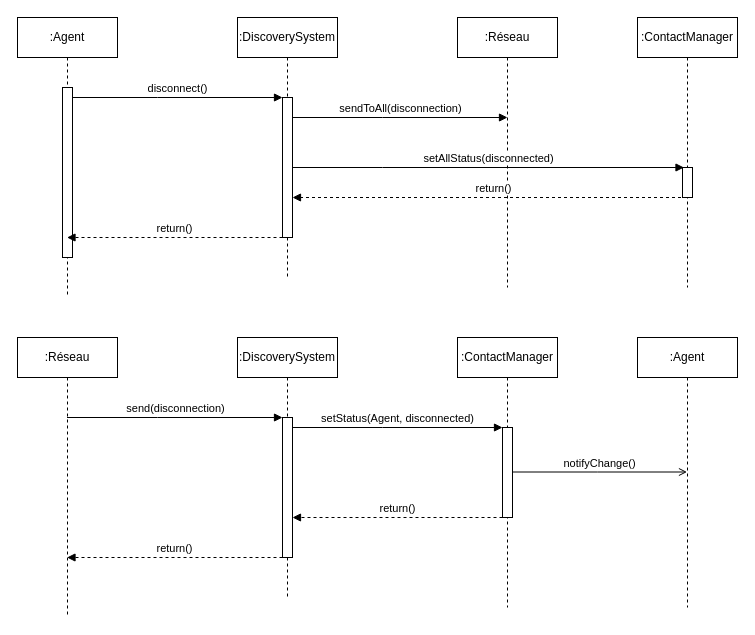
The draw.io diagram doc/uml/SequenceDiagramDiscoverySystemDisconnection.drawio in insa-4ir-chatsystem/chatsystem-billard-slamnia, before the edit. Source tidied: cells renumbered, new cells numbered last; positions are measured from the earlier drawing's top-left corner, leaving out a move shared by most shapes. Both pictures are drawn from the tidied source at 100%, with x=0, y=0 at pixel (17, 17).
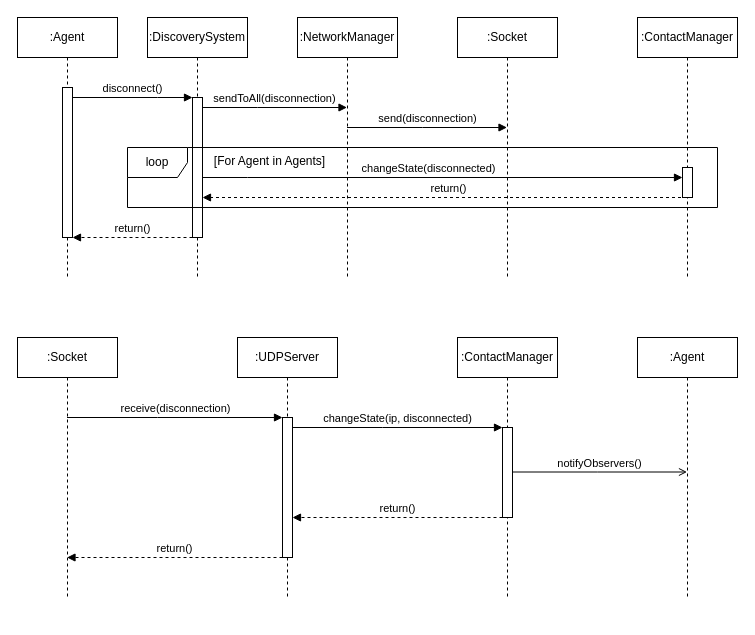
The same page after the edit.

Commit message:
Mettre à jour SequenceDiagramDiscoverySystemDisconnection.drawio

Unchanged cells that the change refers to:
```xml
<mxCell id="6" style="html=1;points=[];perimeter=orthogonalPerimeter;outlineConnect=0;targetShapes=umlLifeline;portConstraint=eastwest;newEdgeStyle={&quot;edgeStyle&quot;:&quot;elbowEdgeStyle&quot;,&quot;elbow&quot;:&quot;vertical&quot;,&quot;curved&quot;:0,&quot;rounded&quot;:0};" parent="5" vertex="1">
  <mxGeometry x="45" y="80" width="10" height="140" as="geometry" />
</mxCell>
<mxCell id="11" style="html=1;points=[];perimeter=orthogonalPerimeter;outlineConnect=0;targetShapes=umlLifeline;portConstraint=eastwest;newEdgeStyle={&quot;edgeStyle&quot;:&quot;elbowEdgeStyle&quot;,&quot;elbow&quot;:&quot;vertical&quot;,&quot;curved&quot;:0,&quot;rounded&quot;:0};" parent="10" vertex="1">
  <mxGeometry x="45" y="150" width="10" height="30" as="geometry" />
</mxCell>
<mxCell id="18" style="html=1;points=[];perimeter=orthogonalPerimeter;outlineConnect=0;targetShapes=umlLifeline;portConstraint=eastwest;newEdgeStyle={&quot;edgeStyle&quot;:&quot;elbowEdgeStyle&quot;,&quot;elbow&quot;:&quot;vertical&quot;,&quot;curved&quot;:0,&quot;rounded&quot;:0};" parent="17" vertex="1">
  <mxGeometry x="45" y="80" width="10" height="140" as="geometry" />
</mxCell>
<mxCell id="22" style="html=1;points=[];perimeter=orthogonalPerimeter;outlineConnect=0;targetShapes=umlLifeline;portConstraint=eastwest;newEdgeStyle={&quot;edgeStyle&quot;:&quot;elbowEdgeStyle&quot;,&quot;elbow&quot;:&quot;vertical&quot;,&quot;curved&quot;:0,&quot;rounded&quot;:0};" parent="21" vertex="1">
  <mxGeometry x="45" y="90" width="10" height="90" as="geometry" />
</mxCell>
```

Diff of the diagram source:
```diff
@@
-    <mxCell id="2" style="html=1;points=[];perimeter=orthogonalPerimeter;outlineConnect=0;targetShapes=umlLifeline;portConstraint=eastwest;newEdgeStyle={&quot;edgeStyle&quot;:&quot;elbowEdgeStyle&quot;,&quot;elbow&quot;:&quot;vertical&quot;,&quot;curved&quot;:0,&quot;rounded&quot;:0};" parent="1" vertex="1">
-      <mxGeometry x="265" y="140" width="10" height="60" as="geometry" />
-    </mxCell>
     <mxCell id="3" value=":Agent" style="shape=umlLifeline;perimeter=lifelinePerimeter;whiteSpace=wrap;html=1;newEdgeStyle={&quot;edgeStyle&quot;:&quot;elbowEdgeStyle&quot;,&quot;elbow&quot;:&quot;vertical&quot;,&quot;curved&quot;:0,&quot;rounded&quot;:0};" parent="1" vertex="1">
-      <mxGeometry width="100" height="280" as="geometry" />
+      <mxGeometry width="100" height="260" as="geometry" />
     </mxCell>
     <mxCell id="4" style="html=1;points=[];perimeter=orthogonalPerimeter;outlineConnect=0;targetShapes=umlLifeline;portConstraint=eastwest;newEdgeStyle={&quot;edgeStyle&quot;:&quot;elbowEdgeStyle&quot;,&quot;elbow&quot;:&quot;vertical&quot;,&quot;curved&quot;:0,&quot;rounded&quot;:0};" parent="3" vertex="1">
-      <mxGeometry x="45" y="70" width="10" height="170" as="geometry" />
+      <mxGeometry x="45" y="70" width="10" height="150" as="geometry" />
     </mxCell>
     <mxCell id="5" value=":DiscoverySystem" style="shape=umlLifeline;perimeter=lifelinePerimeter;whiteSpace=wrap;html=1;newEdgeStyle={&quot;edgeStyle&quot;:&quot;elbowEdgeStyle&quot;,&quot;elbow&quot;:&quot;vertical&quot;,&quot;curved&quot;:0,&quot;rounded&quot;:0};" parent="1" vertex="1">
-      <mxGeometry x="220" width="100" height="260" as="geometry" />
+      <mxGeometry x="130" width="100" height="260" as="geometry" />
     </mxCell>
+    <mxCell id="2" style="html=1;points=[];perimeter=orthogonalPerimeter;outlineConnect=0;targetShapes=umlLifeline;portConstraint=eastwest;newEdgeStyle={&quot;edgeStyle&quot;:&quot;elbowEdgeStyle&quot;,&quot;elbow&quot;:&quot;vertical&quot;,&quot;curved&quot;:0,&quot;rounded&quot;:0};" parent="5" vertex="1">
+      <mxGeometry x="45" y="130" width="10" height="60" as="geometry" />
+    </mxCell>
@@
-    <mxCell id="8" value=":Réseau" style="shape=umlLifeline;perimeter=lifelinePerimeter;whiteSpace=wrap;html=1;outlineConnect=0;portConstraint=eastwest;newEdgeStyle={&quot;edgeStyle&quot;:&quot;elbowEdgeStyle&quot;,&quot;elbow&quot;:&quot;vertical&quot;,&quot;curved&quot;:0,&quot;rounded&quot;:0};" parent="1" vertex="1">
-      <mxGeometry x="440" width="100" height="270" as="geometry" />
+    <mxCell id="8" value=":Socket" style="shape=umlLifeline;perimeter=lifelinePerimeter;whiteSpace=wrap;html=1;outlineConnect=0;portConstraint=eastwest;newEdgeStyle={&quot;edgeStyle&quot;:&quot;elbowEdgeStyle&quot;,&quot;elbow&quot;:&quot;vertical&quot;,&quot;curved&quot;:0,&quot;rounded&quot;:0};" parent="1" vertex="1">
+      <mxGeometry x="440" width="100" height="260" as="geometry" />
     </mxCell>
-    <mxCell id="9" value="sendToAll(disconnection)" style="html=1;verticalAlign=bottom;endArrow=block;edgeStyle=elbowEdgeStyle;elbow=vertical;curved=0;rounded=0;" parent="1" edge="1">
+    <mxCell id="9" value="sendToAll(disconnection)" style="html=1;verticalAlign=bottom;endArrow=block;edgeStyle=elbowEdgeStyle;elbow=vertical;curved=0;rounded=0;" parent="1" edge="1" source="6" target="27">
       <mxGeometry relative="1" as="geometry">
-        <mxPoint x="275" y="100" as="sourcePoint" />
-        <mxPoint x="490" y="100" as="targetPoint" />
         <Array as="points">
-          <mxPoint x="365" y="100" />
+          <mxPoint x="240" y="90" />
         </Array>
       </mxGeometry>
     </mxCell>
     <mxCell id="10" value=":ContactManager" style="shape=umlLifeline;perimeter=lifelinePerimeter;whiteSpace=wrap;html=1;newEdgeStyle={&quot;edgeStyle&quot;:&quot;elbowEdgeStyle&quot;,&quot;elbow&quot;:&quot;vertical&quot;,&quot;curved&quot;:0,&quot;rounded&quot;:0};" parent="1" vertex="1">
-      <mxGeometry x="620" width="100" height="270" as="geometry" />
+      <mxGeometry x="620" width="100" height="260" as="geometry" />
     </mxCell>
@@
-    <mxCell id="12" value="&lt;div&gt;setAllStatus(disconnected)&lt;/div&gt;" style="html=1;verticalAlign=bottom;endArrow=block;edgeStyle=elbowEdgeStyle;elbow=vertical;curved=0;rounded=0;" parent="1" edge="1">
-      <mxGeometry relative="1" as="geometry">
-        <mxPoint x="275" y="150" as="sourcePoint" />
-        <mxPoint x="666.5" y="150" as="targetPoint" />
+    <mxCell id="12" value="&lt;div&gt;changeState(disconnected)&lt;/div&gt;" style="html=1;verticalAlign=bottom;endArrow=block;edgeStyle=elbowEdgeStyle;elbow=vertical;curved=0;rounded=0;" parent="1" edge="1" source="6" target="11">
+      <mxGeometry x="-0.06" relative="1" as="geometry">
         <Array as="points">
-          <mxPoint x="365" y="150" />
+          <mxPoint x="230" y="160" />
+          <mxPoint x="365" y="200" />
         </Array>
       </mxGeometry>
     </mxCell>
-    <mxCell id="13" value="return()" style="html=1;verticalAlign=bottom;endArrow=block;edgeStyle=elbowEdgeStyle;elbow=vertical;curved=0;rounded=0;dashed=1;" parent="1" edge="1">
+    <mxCell id="13" value="return()" style="html=1;verticalAlign=bottom;endArrow=block;edgeStyle=elbowEdgeStyle;elbow=vertical;curved=0;rounded=0;dashed=1;" parent="1" edge="1" target="2">
       <mxGeometry relative="1" as="geometry">
         <mxPoint x="675.5" y="180" as="sourcePoint" />
-        <mxPoint x="275" y="180" as="targetPoint" />
         <Array as="points">
           <mxPoint x="606" y="180" />
         </Array>
       </mxGeometry>
     </mxCell>
-    <mxCell id="14" value="return()" style="html=1;verticalAlign=bottom;endArrow=block;edgeStyle=elbowEdgeStyle;elbow=vertical;curved=0;rounded=0;dashed=1;" parent="1" edge="1">
+    <mxCell id="14" value="return()" style="html=1;verticalAlign=bottom;endArrow=block;edgeStyle=elbowEdgeStyle;elbow=vertical;curved=0;rounded=0;dashed=1;" parent="1" edge="1" source="6" target="4">
       <mxGeometry relative="1" as="geometry">
-        <mxPoint x="265" y="220" as="sourcePoint" />
-        <mxPoint x="49.5" y="220" as="targetPoint" />
         <Array as="points">
           <mxPoint x="160" y="220" />
         </Array>
       </mxGeometry>
     </mxCell>
@@
-    <mxCell id="16" value=":Réseau" style="shape=umlLifeline;perimeter=lifelinePerimeter;whiteSpace=wrap;html=1;outlineConnect=0;portConstraint=eastwest;newEdgeStyle={&quot;edgeStyle&quot;:&quot;elbowEdgeStyle&quot;,&quot;elbow&quot;:&quot;vertical&quot;,&quot;curved&quot;:0,&quot;rounded&quot;:0};" parent="1" vertex="1">
-      <mxGeometry y="320" width="100" height="280" as="geometry" />
+    <mxCell id="16" value=":Socket" style="shape=umlLifeline;perimeter=lifelinePerimeter;whiteSpace=wrap;html=1;outlineConnect=0;portConstraint=eastwest;newEdgeStyle={&quot;edgeStyle&quot;:&quot;elbowEdgeStyle&quot;,&quot;elbow&quot;:&quot;vertical&quot;,&quot;curved&quot;:0,&quot;rounded&quot;:0};" parent="1" vertex="1">
+      <mxGeometry y="320" width="100" height="260" as="geometry" />
     </mxCell>
-    <mxCell id="17" value=":DiscoverySystem" style="shape=umlLifeline;perimeter=lifelinePerimeter;whiteSpace=wrap;html=1;newEdgeStyle={&quot;edgeStyle&quot;:&quot;elbowEdgeStyle&quot;,&quot;elbow&quot;:&quot;vertical&quot;,&quot;curved&quot;:0,&quot;rounded&quot;:0};" parent="1" vertex="1">
+    <mxCell id="17" value=":UDPServer" style="shape=umlLifeline;perimeter=lifelinePerimeter;whiteSpace=wrap;html=1;newEdgeStyle={&quot;edgeStyle&quot;:&quot;elbowEdgeStyle&quot;,&quot;elbow&quot;:&quot;vertical&quot;,&quot;curved&quot;:0,&quot;rounded&quot;:0};" parent="1" vertex="1">
       <mxGeometry x="220" y="320" width="100" height="260" as="geometry" />
     </mxCell>
@@
-    <mxCell id="19" value="&lt;div&gt;send(disconnection)&lt;/div&gt;" style="html=1;verticalAlign=bottom;endArrow=block;edgeStyle=elbowEdgeStyle;elbow=vertical;curved=0;rounded=0;" parent="1" edge="1" source="16" target="18">
+    <mxCell id="19" value="&lt;div&gt;receive(disconnection)&lt;/div&gt;" style="html=1;verticalAlign=bottom;endArrow=block;edgeStyle=elbowEdgeStyle;elbow=vertical;curved=0;rounded=0;" parent="1" edge="1" source="16" target="18">
       <mxGeometry relative="1" as="geometry">
         <Array as="points">
           <mxPoint x="140" y="400" />
         </Array>
       </mxGeometry>
     </mxCell>
     <mxCell id="20" value=":Agent" style="shape=umlLifeline;perimeter=lifelinePerimeter;whiteSpace=wrap;html=1;outlineConnect=0;portConstraint=eastwest;newEdgeStyle={&quot;edgeStyle&quot;:&quot;elbowEdgeStyle&quot;,&quot;elbow&quot;:&quot;vertical&quot;,&quot;curved&quot;:0,&quot;rounded&quot;:0};" parent="1" vertex="1">
-      <mxGeometry x="620" y="320" width="100" height="270" as="geometry" />
+      <mxGeometry x="620" y="320" width="100" height="260" as="geometry" />
     </mxCell>
     <mxCell id="21" value=":ContactManager" style="shape=umlLifeline;perimeter=lifelinePerimeter;whiteSpace=wrap;html=1;newEdgeStyle={&quot;edgeStyle&quot;:&quot;elbowEdgeStyle&quot;,&quot;elbow&quot;:&quot;vertical&quot;,&quot;curved&quot;:0,&quot;rounded&quot;:0};" parent="1" vertex="1">
-      <mxGeometry x="440" y="320" width="100" height="270" as="geometry" />
+      <mxGeometry x="440" y="320" width="100" height="260" as="geometry" />
     </mxCell>
@@
-    <mxCell id="23" value="&lt;div&gt;setStatus(Agent, disconnected)&lt;/div&gt;" style="html=1;verticalAlign=bottom;endArrow=block;edgeStyle=elbowEdgeStyle;elbow=vertical;curved=0;rounded=0;" parent="1" edge="1" target="22">
+    <mxCell id="23" value="&lt;div&gt;changeState(ip, disconnected)&lt;/div&gt;" style="html=1;verticalAlign=bottom;endArrow=block;edgeStyle=elbowEdgeStyle;elbow=vertical;curved=0;rounded=0;" parent="1" edge="1" target="22">
       <mxGeometry relative="1" as="geometry">
         <mxPoint x="275" y="410" as="sourcePoint" />
         <Array as="points">
           <mxPoint x="365" y="410" />
         </Array>
       </mxGeometry>
     </mxCell>
@@
-    <mxCell id="26" value="notifyChange()" style="html=1;verticalAlign=bottom;endArrow=open;edgeStyle=elbowEdgeStyle;elbow=vertical;curved=0;rounded=0;endFill=0;" parent="1" edge="1" source="22" target="20">
+    <mxCell id="26" value="notifyObservers()" style="html=1;verticalAlign=bottom;endArrow=open;edgeStyle=elbowEdgeStyle;elbow=vertical;curved=0;rounded=0;endFill=0;" parent="1" edge="1" source="22" target="20">
       <mxGeometry relative="1" as="geometry">
         <Array as="points">
           <mxPoint x="580" y="454.5" />
         </Array>
       </mxGeometry>
     </mxCell>
+    <mxCell id="27" value=":NetworkManager" style="shape=umlLifeline;perimeter=lifelinePerimeter;whiteSpace=wrap;html=1;outlineConnect=0;portConstraint=eastwest;newEdgeStyle={&quot;edgeStyle&quot;:&quot;elbowEdgeStyle&quot;,&quot;elbow&quot;:&quot;vertical&quot;,&quot;curved&quot;:0,&quot;rounded&quot;:0};" parent="1" vertex="1">
+      <mxGeometry x="280" width="100" height="260" as="geometry" />
+    </mxCell>
+    <mxCell id="28" value="send(disconnection)" style="html=1;verticalAlign=bottom;endArrow=block;edgeStyle=elbowEdgeStyle;elbow=vertical;curved=0;rounded=0;" parent="1" edge="1" source="27" target="8">
+      <mxGeometry relative="1" as="geometry">
+        <Array as="points">
+          <mxPoint x="405" y="110" />
+        </Array>
+      </mxGeometry>
+    </mxCell>
+    <mxCell id="29" style="group;" parent="1" vertex="1">
+      <mxGeometry x="110" y="130" width="590" height="80" as="geometry" />
+    </mxCell>
+    <mxCell id="30" value="loop" style="shape=umlFrame;whiteSpace=wrap;html=1;" parent="29" vertex="1">
+      <mxGeometry width="590" height="60" as="geometry" />
+    </mxCell>
+    <mxCell id="31" style="group;" parent="29" vertex="1">
+      <mxGeometry width="590" height="80" as="geometry" />
+    </mxCell>
+    <mxCell id="32" style="line;strokeWidth=1;fillColor=none;align=left;verticalAlign=middle;spacingTop=-1;spacingLeft=3;spacingRight=3;labelPosition=right;strokeColor=inherit;" parent="31" vertex="1">
+      <mxGeometry x="91.6" y="22.9" width="101.7" height="1.9" as="geometry" />
+    </mxCell>
+    <mxCell id="33" value="[For Agent in Agents]" style="text;html=1;align=center;verticalAlign=middle;strokeColor=none;fillColor=none;" parent="31" vertex="1">
+      <mxGeometry x="71.2" y="10" width="142.4" height="7.1" as="geometry" />
+    </mxCell>
```
